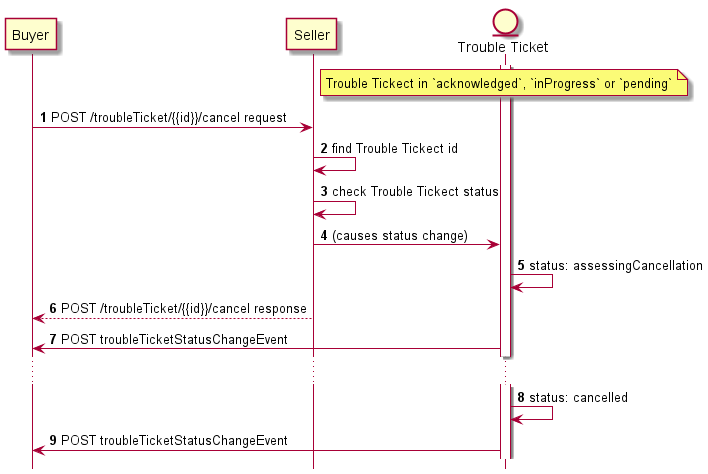
This is documentation/productApi/troubleTicket/media/useCase5CancelFlow.png from MEF-GIT/MEF-LSO-Sonata-SDK, a PlantUML export, as it was before one commit. Source of this version:
```plantuml
@startuml

hide footbox

participant Buyer
participant Seller


entity "Trouble Ticket" as TT
activate TT

autonumber

note over TT: Trouble Tickect in `acknowledged`, `inProgress` or `pending`
Buyer -> Seller : POST /troubleTicket/{{id}}/cancel request

Seller -> Seller: find Trouble Tickect id
Seller -> Seller: check Trouble Tickect status

Seller -> TT: (causes status change)
TT -> TT: status: assessingCancellation
Seller --> Buyer: POST /troubleTicket/{{id}}/cancel response
TT -> Buyer: POST troubleTicketStatusChangeEvent

...

TT -> TT: status: cancelled
TT -> Buyer: POST troubleTicketStatusChangeEvent



@enduml
```
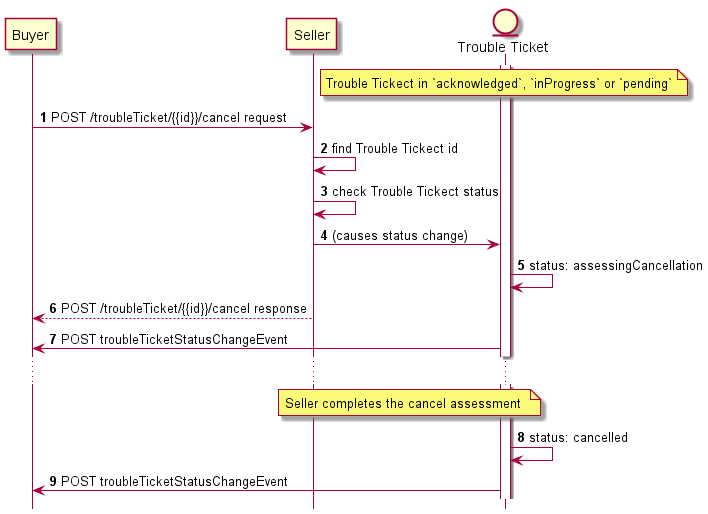
The same file after the commit.

Diff of the diagram source:
```diff
@@ -21,8 +21,9 @@
 TT -> TT: status: assessingCancellation
 Seller --> Buyer: POST /troubleTicket/{{id}}/cancel response
 TT -> Buyer: POST troubleTicketStatusChangeEvent
+...
+note over Seller, TT: Seller completes the cancel assessment
 
-...
 
 TT -> TT: status: cancelled
 TT -> Buyer: POST troubleTicketStatusChangeEvent
```
